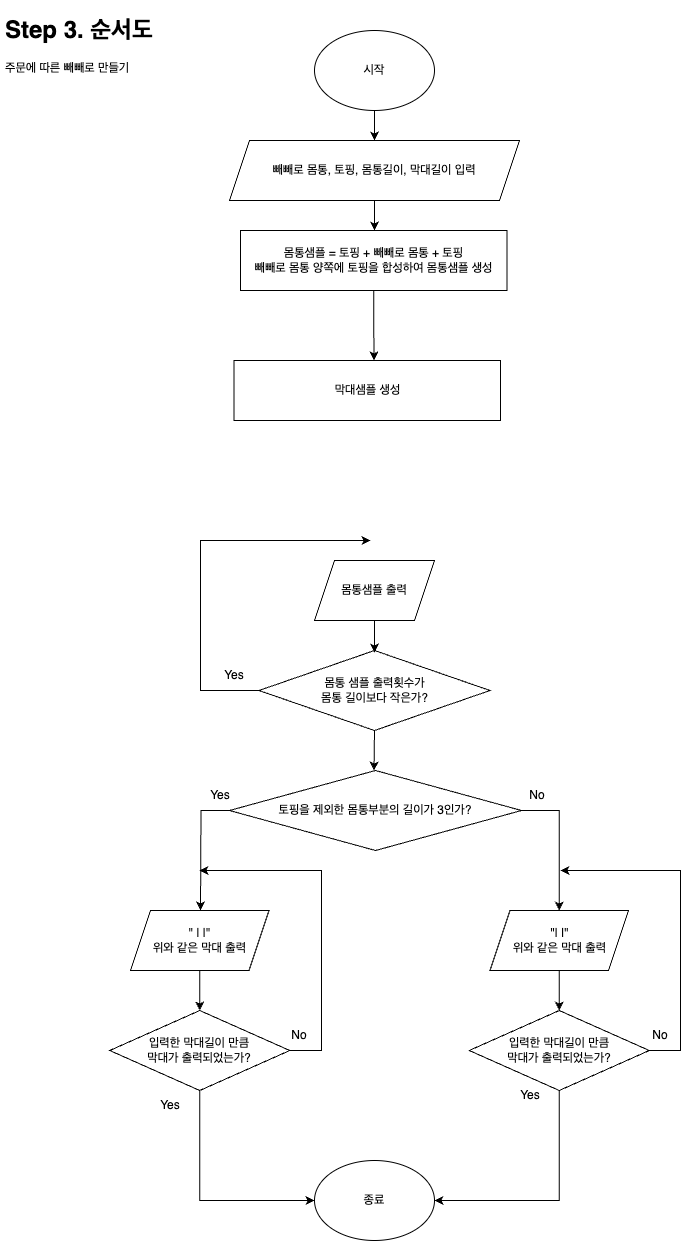
This is CodeStarterCamp_Week1/make-pepero-flow.png from yagom-academy/swift-starter-Round1, a draw.io export, as it was before one commit. Source tidied: cells renumbered, new cells last; positions are measured from the earlier drawing's top-left corner, leaving out a move shared by most shapes.
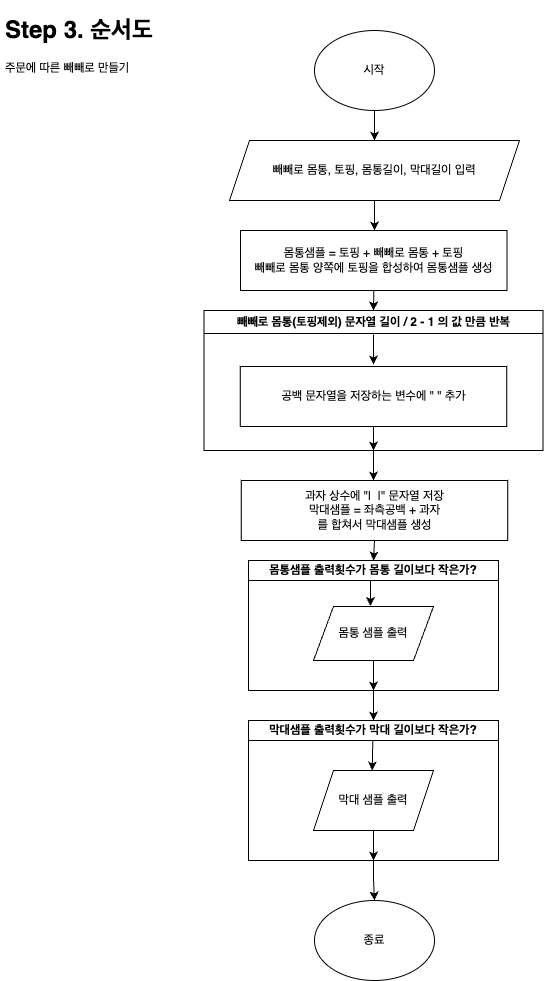
After the commit.

Commit message:
docs: 빼빼로 만들기 순서도 수정

- 반복문을 표현하는 다른 도형을 이용하여 순서도 표현
- 코드 로직 변경에 따른 순서도 내용 수정

Diff of the diagram source:
```diff
@@ -13,58 +13,12 @@
     <mxCell id="4" value="&lt;h1&gt;Step 3. 순서도&lt;/h1&gt;&lt;p&gt;주문에 따른 빼빼로 만들기&lt;/p&gt;" style="text;html=1;strokeColor=none;fillColor=none;spacing=5;spacingTop=-20;whiteSpace=wrap;overflow=hidden;rounded=0;" parent="1" vertex="1">
       <mxGeometry width="190" height="120" as="geometry" />
     </mxCell>
-    <mxCell id="5" style="edgeStyle=orthogonalEdgeStyle;rounded=0;jettySize=auto;html=1;exitX=0.5;exitY=1;exitDx=0;exitDy=0;entryX=0.5;entryY=0;entryDx=0;entryDy=0;" parent="1" edge="1" source="6">
-      <mxGeometry relative="1" as="geometry">
-        <mxPoint x="373.5" y="350" as="targetPoint" />
-      </mxGeometry>
-    </mxCell>
+    <mxCell id="36" style="edgeStyle=orthogonalEdgeStyle;rounded=0;jettySize=auto;html=1;exitX=0.5;exitY=1;exitDx=0;exitDy=0;entryX=0.5;entryY=0;entryDx=0;entryDy=0;" parent="1" edge="1" source="6" target="38">
+      <mxGeometry relative="1" as="geometry" />
+    </mxCell>
     <mxCell id="6" value="몸통샘플 = 토핑 + 빼빼로 몸통 + 토핑&lt;br&gt;빼빼로 몸통 양쪽에 토핑을 합성하여 몸통샘플 생성" style="rounded=0;whiteSpace=wrap;html=1;" parent="1" vertex="1">
       <mxGeometry x="240" y="220" width="266.5" height="60" as="geometry" />
     </mxCell>
-    <mxCell id="7" style="edgeStyle=orthogonalEdgeStyle;rounded=0;jettySize=auto;html=1;exitX=0.5;exitY=1;exitDx=0;exitDy=0;entryX=0.5;entryY=0;entryDx=0;entryDy=0;entryPerimeter=0;" parent="1" edge="1" source="8">
-      <mxGeometry relative="1" as="geometry">
-        <mxPoint x="373.5" y="760" as="targetPoint" />
-      </mxGeometry>
-    </mxCell>
-    <mxCell id="8" value="몸통 샘플 출력횟수가 &lt;br&gt;몸통 길이보다 작은가?" style="rhombus;whiteSpace=wrap;html=1;" parent="1" vertex="1">
-      <mxGeometry x="258.5" y="640" width="231" height="80" as="geometry" />
-    </mxCell>
-    <mxCell id="9" style="edgeStyle=orthogonalEdgeStyle;rounded=0;orthogonalLoop=1;jettySize=auto;html=1;exitX=0.5;exitY=1;exitDx=0;exitDy=0;" parent="1" edge="1">
-      <mxGeometry relative="1" as="geometry">
-        <mxPoint x="374" y="610" as="sourcePoint" />
-        <mxPoint x="374" y="642" as="targetPoint" />
-        <Array as="points">
-          <mxPoint x="374" y="642" />
-        </Array>
-      </mxGeometry>
-    </mxCell>
-    <mxCell id="10" style="endArrow=classic;html=1;rounded=0;" parent="1" edge="1">
-      <mxGeometry relative="1" as="geometry">
-        <mxPoint x="258.5" y="680" as="sourcePoint" />
-        <mxPoint x="370" y="530" as="targetPoint" />
-        <Array as="points">
-          <mxPoint x="200" y="680" />
-          <mxPoint x="200" y="530" />
-        </Array>
-      </mxGeometry>
-    </mxCell>
-    <mxCell id="11" value="Yes" style="text;html=1;strokeColor=none;fillColor=none;align=center;verticalAlign=middle;whiteSpace=wrap;rounded=0;" parent="1" vertex="1">
-      <mxGeometry x="203.5" y="650" width="60" height="30" as="geometry" />
-    </mxCell>
-    <mxCell id="12" style="edgeStyle=orthogonalEdgeStyle;rounded=0;jettySize=auto;html=1;exitX=0;exitY=0.5;exitDx=0;exitDy=0;" parent="1" edge="1" source="14">
-      <mxGeometry relative="1" as="geometry">
-        <mxPoint x="200" y="900" as="targetPoint" />
-      </mxGeometry>
-    </mxCell>
-    <mxCell id="13" style="edgeStyle=orthogonalEdgeStyle;rounded=0;jettySize=auto;html=1;exitX=1;exitY=0.5;exitDx=0;exitDy=0;entryX=0.5;entryY=0;entryDx=0;entryDy=0;" parent="1" edge="1" source="14" target="27">
-      <mxGeometry relative="1" as="geometry" />
-    </mxCell>
-    <mxCell id="14" value="토핑을 제외한 몸통부분의 길이가 3인가?" style="rhombus;whiteSpace=wrap;html=1;" parent="1" vertex="1">
-      <mxGeometry x="229" y="760" width="292" height="80" as="geometry" />
-    </mxCell>
-    <mxCell id="15" value="몸통샘플 출력" style="shape=parallelogram;perimeter=parallelogramPerimeter;whiteSpace=wrap;html=1;fixedSize=1;" parent="1" vertex="1">
-      <mxGeometry x="314" y="550" width="120" height="60" as="geometry" />
-    </mxCell>
     <mxCell id="16" style="edgeStyle=orthogonalEdgeStyle;rounded=0;jettySize=auto;html=1;" parent="1" edge="1" source="17">
       <mxGeometry relative="1" as="geometry">
         <mxPoint x="374" y="220" as="targetPoint" />
@@ -73,74 +27,71 @@
     <mxCell id="17" value="빼빼로 몸통, 토핑, 몸통길이, 막대길이 입력" style="shape=parallelogram;perimeter=parallelogramPerimeter;whiteSpace=wrap;html=1;fixedSize=1;" parent="1" vertex="1">
       <mxGeometry x="229" y="130" width="290" height="60" as="geometry" />
     </mxCell>
-    <mxCell id="18" style="edgeStyle=orthogonalEdgeStyle;rounded=0;jettySize=auto;html=1;exitX=0.5;exitY=1;exitDx=0;exitDy=0;entryX=0.5;entryY=0;entryDx=0;entryDy=0;" parent="1" edge="1" source="19" target="22">
-      <mxGeometry relative="1" as="geometry" />
-    </mxCell>
-    <mxCell id="19" value="&quot; | |&quot;&lt;br&gt;위와 같은 막대 출력" style="shape=parallelogram;perimeter=parallelogramPerimeter;whiteSpace=wrap;html=1;fixedSize=1;" parent="1" vertex="1">
-      <mxGeometry x="130" y="900" width="138.5" height="60" as="geometry" />
-    </mxCell>
-    <mxCell id="20" style="edgeStyle=orthogonalEdgeStyle;rounded=0;jettySize=auto;html=1;" parent="1" edge="1" source="22">
-      <mxGeometry relative="1" as="geometry">
-        <mxPoint x="199" y="860" as="targetPoint" />
-        <Array as="points">
-          <mxPoint x="321" y="1040" />
-        </Array>
-      </mxGeometry>
-    </mxCell>
-    <mxCell id="21" style="edgeStyle=orthogonalEdgeStyle;rounded=0;jettySize=auto;html=1;exitX=0.5;exitY=1;exitDx=0;exitDy=0;entryX=0;entryY=0.5;entryDx=0;entryDy=0;" parent="1" edge="1" source="22" target="24">
-      <mxGeometry relative="1" as="geometry" />
-    </mxCell>
-    <mxCell id="22" value="입력한 막대길이 만큼 &lt;br&gt;막대가 출력되었는가?" style="rhombus;whiteSpace=wrap;html=1;" parent="1" vertex="1">
-      <mxGeometry x="109.2" y="1000" width="180" height="80" as="geometry" />
-    </mxCell>
-    <mxCell id="23" value="No" style="text;html=1;strokeColor=none;fillColor=none;align=center;verticalAlign=middle;whiteSpace=wrap;rounded=0;" parent="1" vertex="1">
-      <mxGeometry x="268.5" y="1010" width="60" height="30" as="geometry" />
-    </mxCell>
     <mxCell id="24" value="종료" style="ellipse;whiteSpace=wrap;html=1;" parent="1" vertex="1">
-      <mxGeometry x="314" y="1150" width="120" height="80" as="geometry" />
+      <mxGeometry x="314" y="890" width="120" height="80" as="geometry" />
     </mxCell>
-    <mxCell id="25" value="Yes" style="text;html=1;strokeColor=none;fillColor=none;align=center;verticalAlign=middle;whiteSpace=wrap;rounded=0;" parent="1" vertex="1">
-      <mxGeometry x="140" y="1080" width="60" height="30" as="geometry" />
-    </mxCell>
-    <mxCell id="26" style="edgeStyle=orthogonalEdgeStyle;rounded=0;jettySize=auto;html=1;exitX=0.5;exitY=1;exitDx=0;exitDy=0;entryX=0.5;entryY=0;entryDx=0;entryDy=0;" parent="1" edge="1" source="27" target="32">
-      <mxGeometry relative="1" as="geometry" />
-    </mxCell>
-    <mxCell id="27" value="&quot;| |&quot;&lt;br&gt;위와 같은 막대 출력" style="shape=parallelogram;perimeter=parallelogramPerimeter;whiteSpace=wrap;html=1;fixedSize=1;" parent="1" vertex="1">
-      <mxGeometry x="489.5" y="900" width="138.5" height="60" as="geometry" />
-    </mxCell>
-    <mxCell id="28" value="Yes" style="text;html=1;strokeColor=none;fillColor=none;align=center;verticalAlign=middle;whiteSpace=wrap;rounded=0;" parent="1" vertex="1">
-      <mxGeometry x="190" y="770" width="60" height="30" as="geometry" />
-    </mxCell>
-    <mxCell id="29" value="No" style="text;html=1;strokeColor=none;fillColor=none;align=center;verticalAlign=middle;whiteSpace=wrap;rounded=0;" parent="1" vertex="1">
-      <mxGeometry x="507.2" y="770" width="60" height="30" as="geometry" />
-    </mxCell>
-    <mxCell id="30" style="edgeStyle=orthogonalEdgeStyle;rounded=0;jettySize=auto;html=1;exitX=1;exitY=0.5;exitDx=0;exitDy=0;" parent="1" edge="1" source="32">
-      <mxGeometry relative="1" as="geometry">
-        <mxPoint x="560" y="860" as="targetPoint" />
-        <Array as="points">
-          <mxPoint x="680" y="1040" />
-          <mxPoint x="680" y="860" />
-        </Array>
-      </mxGeometry>
-    </mxCell>
-    <mxCell id="31" style="edgeStyle=orthogonalEdgeStyle;rounded=0;jettySize=auto;html=1;exitX=0.5;exitY=1;exitDx=0;exitDy=0;entryX=1;entryY=0.5;entryDx=0;entryDy=0;" parent="1" edge="1" source="32" target="24">
-      <mxGeometry relative="1" as="geometry">
-        <Array as="points">
-          <mxPoint x="559" y="1190" />
-        </Array>
-      </mxGeometry>
-    </mxCell>
-    <mxCell id="32" value="입력한 막대길이 만큼 &lt;br&gt;막대가 출력되었는가?" style="rhombus;whiteSpace=wrap;html=1;" parent="1" vertex="1">
-      <mxGeometry x="468.8" y="1000" width="180" height="80" as="geometry" />
-    </mxCell>
-    <mxCell id="33" value="No" style="text;html=1;strokeColor=none;fillColor=none;align=center;verticalAlign=middle;whiteSpace=wrap;rounded=0;" parent="1" vertex="1">
-      <mxGeometry x="630" y="1010" width="60" height="30" as="geometry" />
-    </mxCell>
-    <mxCell id="34" value="Yes" style="text;html=1;strokeColor=none;fillColor=none;align=center;verticalAlign=middle;whiteSpace=wrap;rounded=0;" parent="1" vertex="1">
-      <mxGeometry x="500" y="1070" width="60" height="30" as="geometry" />
-    </mxCell>
+    <mxCell id="37" style="edgeStyle=orthogonalEdgeStyle;rounded=0;jettySize=auto;html=1;exitX=0.5;exitY=1;exitDx=0;exitDy=0;" parent="1" edge="1" source="38">
+      <mxGeometry relative="1" as="geometry">
+        <mxPoint x="373" y="470" as="targetPoint" />
+      </mxGeometry>
+    </mxCell>
+    <mxCell id="38" value="빼빼로 몸통(토핑제외) 문자열 길이 / 2 - 1 의 값 만큼 반복" style="swimlane;whiteSpace=wrap;html=1;" parent="1" vertex="1">
+      <mxGeometry x="203.5" y="300" width="339" height="140" as="geometry" />
+    </mxCell>
+    <mxCell id="39" style="edgeStyle=orthogonalEdgeStyle;rounded=0;jettySize=auto;html=1;exitX=0.5;exitY=1;exitDx=0;exitDy=0;entryX=0.5;entryY=1;entryDx=0;entryDy=0;" parent="38" edge="1" source="35" target="38">
+      <mxGeometry relative="1" as="geometry" />
+    </mxCell>
-    <mxCell id="35" value="막대샘플 생성" style="rounded=0;whiteSpace=wrap;html=1;" parent="1" vertex="1">
-      <mxGeometry x="233.5" y="350" width="266.5" height="60" as="geometry" />
+    <mxCell id="35" value="공백 문자열을 저장하는 변수에 &quot; &quot; 추가" style="rounded=0;whiteSpace=wrap;html=1;" parent="38" vertex="1">
+      <mxGeometry x="36.2" y="56" width="266.5" height="60" as="geometry" />
     </mxCell>
+    <mxCell id="40" style="endArrow=classic;html=1;rounded=0;" parent="1" edge="1">
+      <mxGeometry relative="1" as="geometry">
+        <mxPoint x="373" y="324" as="sourcePoint" />
+        <mxPoint x="373" y="354" as="targetPoint" />
+      </mxGeometry>
+    </mxCell>
+    <mxCell id="41" style="edgeStyle=orthogonalEdgeStyle;rounded=0;jettySize=auto;html=1;exitX=0.5;exitY=1;exitDx=0;exitDy=0;entryX=0.5;entryY=0;entryDx=0;entryDy=0;" parent="1" edge="1" source="42" target="44">
+      <mxGeometry relative="1" as="geometry" />
+    </mxCell>
+    <mxCell id="42" value="과자 상수에 &quot;|&amp;nbsp; |&quot; 문자열 저장&lt;br&gt;막대샘플 = 좌측공백 + 과자&lt;br&gt;를 합쳐서 막대샘플 생성" style="rounded=0;whiteSpace=wrap;html=1;" parent="1" vertex="1">
+      <mxGeometry x="240.8" y="470" width="266.5" height="60" as="geometry" />
+    </mxCell>
+    <mxCell id="43" style="edgeStyle=orthogonalEdgeStyle;rounded=0;jettySize=auto;html=1;exitX=0.5;exitY=1;exitDx=0;exitDy=0;entryX=0.5;entryY=0;entryDx=0;entryDy=0;" parent="1" edge="1" source="44" target="48">
+      <mxGeometry relative="1" as="geometry" />
+    </mxCell>
+    <mxCell id="44" value="몸통샘플 출력횟수가 몸통 길이보다 작은가?" style="swimlane;whiteSpace=wrap;html=1;startSize=20;" parent="1" vertex="1">
+      <mxGeometry x="248" y="550" width="250" height="130" as="geometry" />
+    </mxCell>
+    <mxCell id="45" style="edgeStyle=orthogonalEdgeStyle;rounded=0;jettySize=auto;html=1;exitX=0.5;exitY=1;exitDx=0;exitDy=0;entryX=0.5;entryY=1;entryDx=0;entryDy=0;" parent="44" edge="1" source="46" target="44">
+      <mxGeometry relative="1" as="geometry" />
+    </mxCell>
+    <mxCell id="46" value="몸통 샘플 출력" style="shape=parallelogram;perimeter=parallelogramPerimeter;whiteSpace=wrap;html=1;fixedSize=1;" parent="44" vertex="1">
+      <mxGeometry x="65" y="46" width="120" height="54" as="geometry" />
+    </mxCell>
+    <mxCell id="47" style="edgeStyle=orthogonalEdgeStyle;rounded=0;jettySize=auto;html=1;exitX=0.5;exitY=1;exitDx=0;exitDy=0;entryX=0.5;entryY=0;entryDx=0;entryDy=0;" parent="1" edge="1" source="48" target="24">
+      <mxGeometry relative="1" as="geometry" />
+    </mxCell>
+    <mxCell id="48" value="막대샘플 출력횟수가 막대 길이보다 작은가?" style="swimlane;whiteSpace=wrap;html=1;startSize=20;" parent="1" vertex="1">
+      <mxGeometry x="248" y="710" width="250" height="140" as="geometry" />
+    </mxCell>
+    <mxCell id="49" style="edgeStyle=orthogonalEdgeStyle;rounded=0;jettySize=auto;html=1;exitX=0.5;exitY=1;exitDx=0;exitDy=0;" parent="48" edge="1" source="50">
+      <mxGeometry relative="1" as="geometry">
+        <mxPoint x="125" y="140" as="targetPoint" />
+      </mxGeometry>
+    </mxCell>
+    <mxCell id="50" value="막대 샘플 출력" style="shape=parallelogram;perimeter=parallelogramPerimeter;whiteSpace=wrap;html=1;fixedSize=1;" parent="48" vertex="1">
+      <mxGeometry x="65" y="50" width="120" height="60" as="geometry" />
+    </mxCell>
+    <mxCell id="51" style="endArrow=classic;html=1;rounded=0;entryX=0.462;entryY=-0.007;entryDx=0;entryDy=0;entryPerimeter=0;" parent="48" edge="1">
+      <mxGeometry relative="1" as="geometry">
+        <mxPoint x="124.3" y="20.4" as="sourcePoint" />
+        <mxPoint x="123.7" y="50" as="targetPoint" />
+      </mxGeometry>
+    </mxCell>
+    <mxCell id="52" style="endArrow=classic;html=1;rounded=0;entryX=0.475;entryY=-0.011;entryDx=0;entryDy=0;entryPerimeter=0;" parent="1" edge="1" target="46">
+      <mxGeometry relative="1" as="geometry">
+        <mxPoint x="370" y="570" as="sourcePoint" />
+      </mxGeometry>
+    </mxCell>
   </root>
 </mxGraphModel>
```
